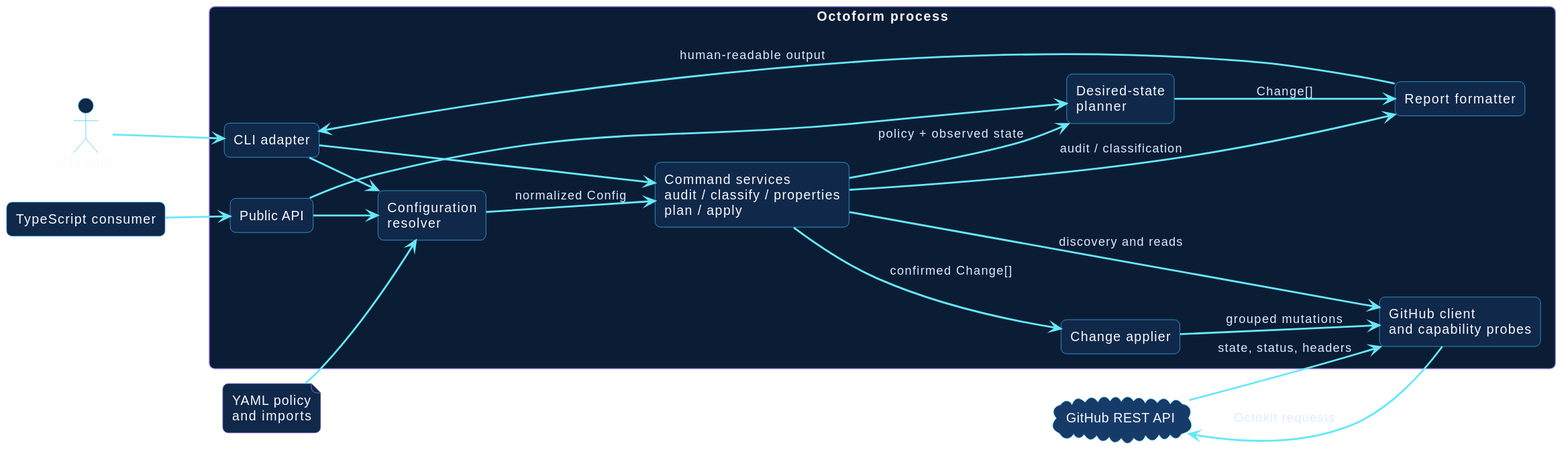
This is docs/assets/diagrams/runtime-components.svg from hector-ae21/octoform-docs, a PlantUML export, as it was before one commit.
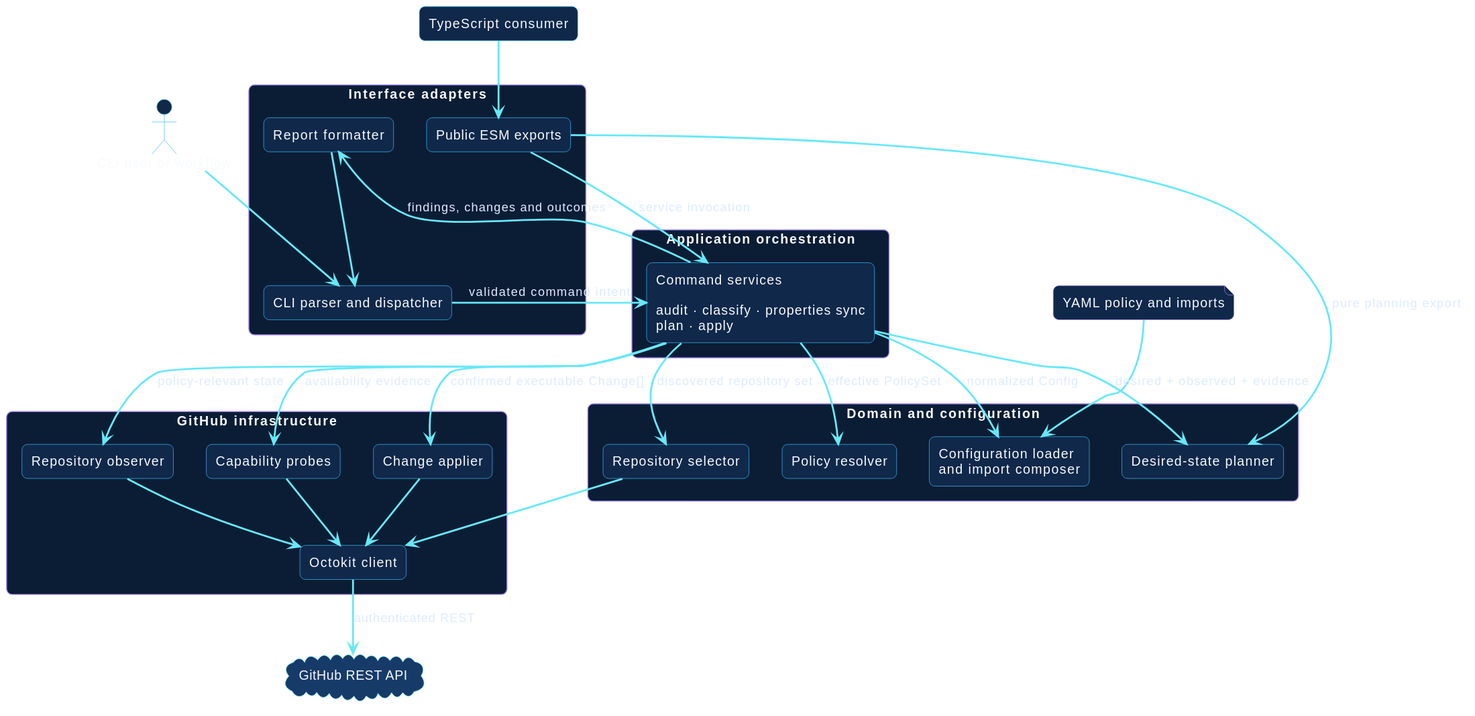
Later version of the same file.

Diff of the diagram source:
```diff
@@ -1,38 +1,54 @@
 @startuml
 !include _theme.iuml
-left to right direction
+top to bottom direction
 
-actor "CLI user" as User
+actor "CLI user or workflow" as User
 component "TypeScript consumer" as Consumer
-file "YAML policy\nand imports" as YAML
+file "YAML policy and imports" as YAML
 cloud "GitHub REST API" as GitHub
 
-package "Octoform process" {
-  component "CLI adapter" as CLI
-  component "Public API" as PublicAPI
-  component "Configuration\nresolver" as Resolver
-  component "Command services\naudit / classify / properties\nplan / apply" as Commands
-  component "Desired-state\nplanner" as Planner
+package "Interface adapters" {
+  component "CLI parser and dispatcher" as CLI
+  component "Public ESM exports" as PublicAPI
   component "Report formatter" as Report
-  component "GitHub client\nand capability probes" as Client
+}
+
+package "Application orchestration" {
+  component "Command services\n\naudit · classify · properties sync\nplan · apply" as Commands
+}
+
+package "Domain and configuration" {
+  component "Configuration loader\nand import composer" as Loader
+  component "Repository selector" as Selector
+  component "Policy resolver" as Resolver
+  component "Desired-state planner" as Planner
+}
+
+package "GitHub infrastructure" {
+  component "Repository observer" as Observer
+  component "Capability probes" as Capabilities
   component "Change applier" as Applier
+  component "Octokit client" as Client
 }
 
 User --> CLI
 Consumer --> PublicAPI
-CLI --> Resolver
-CLI --> Commands
-PublicAPI --> Resolver
-PublicAPI --> Planner
-YAML --> Resolver
-Resolver --> Commands : normalized Config
-Commands --> Client : discovery and reads
-Commands --> Planner : policy + observed state
-Planner --> Report : Change[]
-Commands --> Report : audit / classification
-Commands --> Applier : confirmed Change[]
-Applier --> Client : grouped mutations
-Client --> GitHub : Octokit requests
-GitHub --> Client : state, status, headers
-Report --> CLI : human-readable output
+YAML --> Loader
+CLI --> Commands : validated command intent
+PublicAPI --> Commands : service invocation
+PublicAPI --> Planner : pure planning export
+Commands --> Loader : normalized Config
+Commands --> Selector : discovered repository set
+Commands --> Resolver : effective PolicySet
+Commands --> Observer : policy-relevant state
+Commands --> Capabilities : availability evidence
+Commands --> Planner : desired + observed + evidence
+Commands --> Applier : confirmed executable Change[]
+Commands --> Report : findings, changes and outcomes
+Report --> CLI
+Selector --> Client
+Observer --> Client
+Capabilities --> Client
+Applier --> Client
+Client --> GitHub : authenticated REST
 @enduml
```
